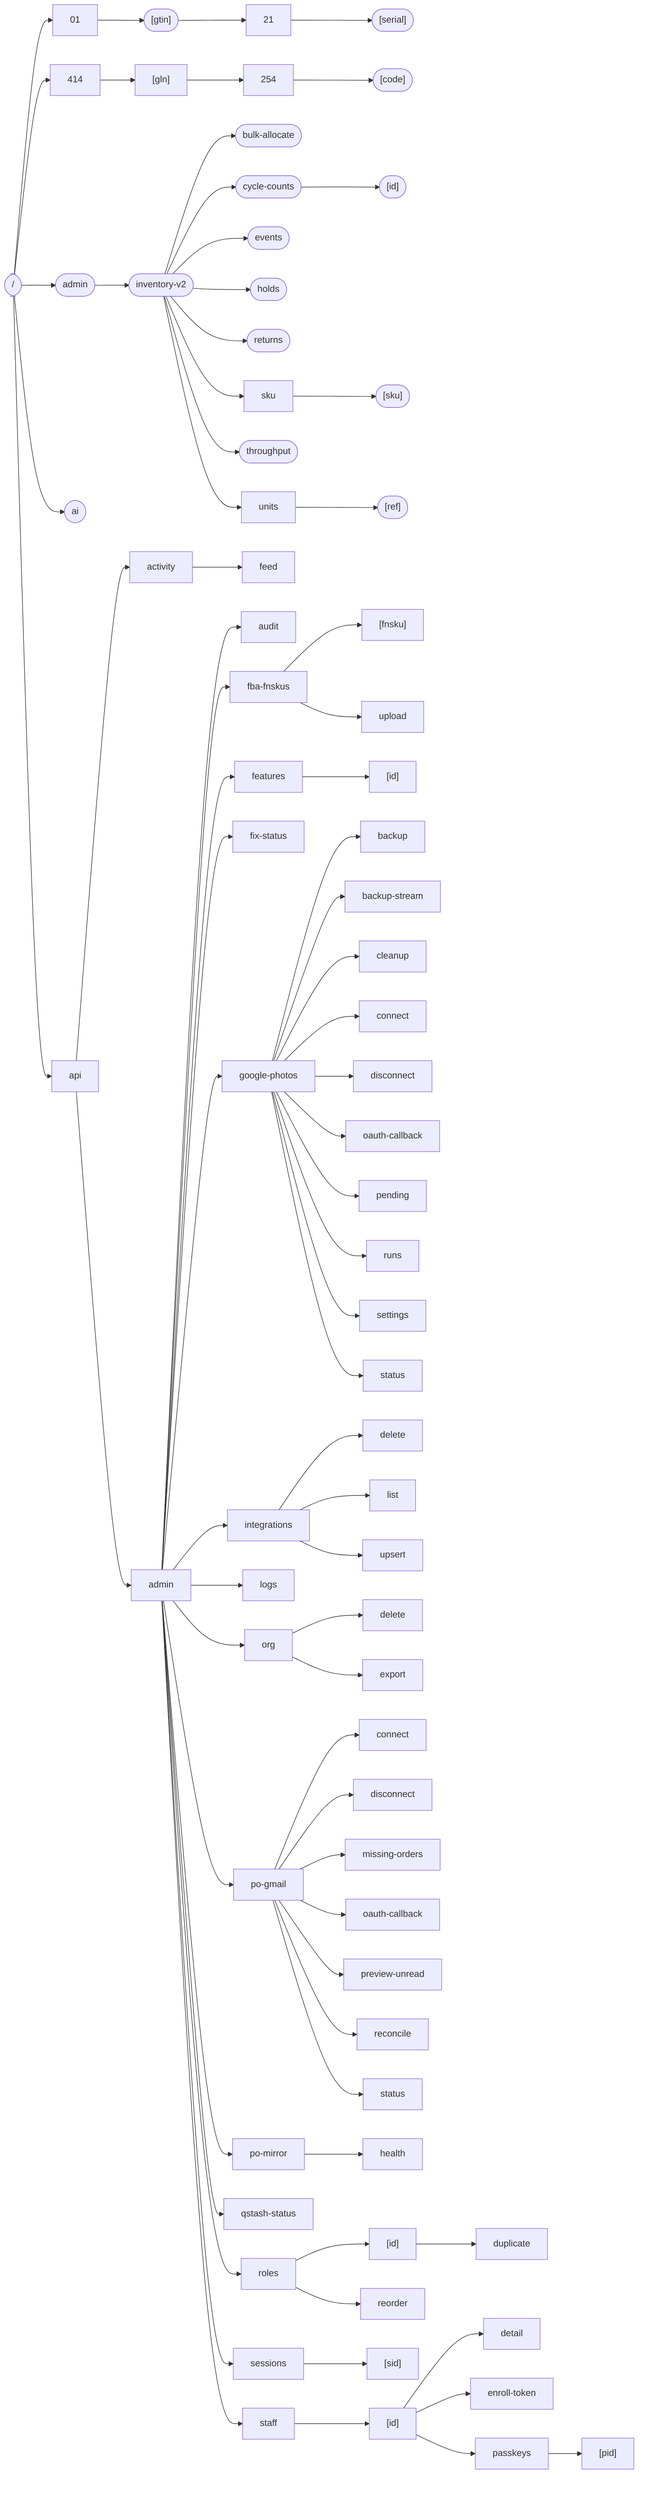
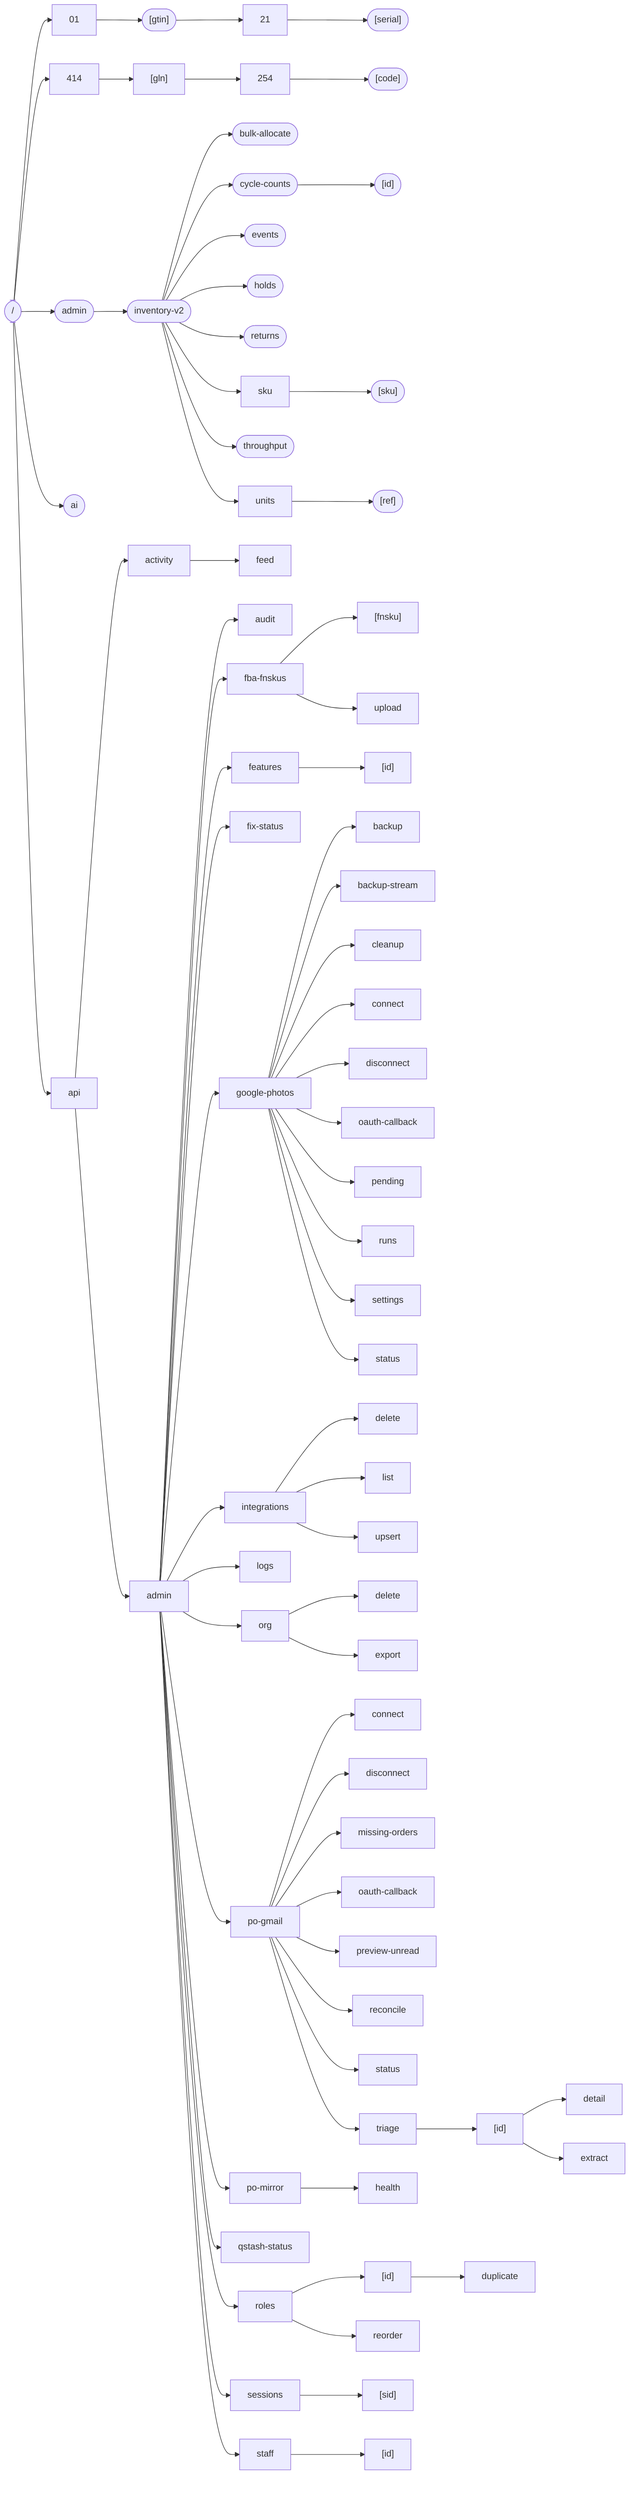
flowchart LR
  root(["/"])
  01["01"]
  root --> 01
  01__gtin(["[gtin]"])
  01 --> 01__gtin
  click 01__gtin "src/app/01/[gtin]/page.tsx" "page: src/app/01/[gtin]/page.tsx"
  01__gtin__21["21"]
  01__gtin --> 01__gtin__21
  01__gtin__21__serial(["[serial]"])
  01__gtin__21 --> 01__gtin__21__serial
  click 01__gtin__21__serial "src/app/01/[gtin]/21/[serial]/page.tsx" "page: src/app/01/[gtin]/21/[serial]/page.tsx"
  414["414"]
  root --> 414
  414__gln["[gln]"]
  414 --> 414__gln
  414__gln__254["254"]
  414__gln --> 414__gln__254
  414__gln__254__code(["[code]"])
  414__gln__254 --> 414__gln__254__code
  click 414__gln__254__code "src/app/414/[gln]/254/[code]/page.tsx" "page: src/app/414/[gln]/254/[code]/page.tsx"
  admin(["admin"])
  root --> admin
  click admin "src/app/admin/page.tsx" "page: src/app/admin/page.tsx"
  admin_inventory_v2(["inventory-v2"])
  admin --> admin_inventory_v2
  click admin_inventory_v2 "src/app/admin/inventory-v2/page.tsx" "page: src/app/admin/inventory-v2/page.tsx"
  admin_inventory_v2_bulk_allocate(["bulk-allocate"])
  admin_inventory_v2 --> admin_inventory_v2_bulk_allocate
  click admin_inventory_v2_bulk_allocate "src/app/admin/inventory-v2/bulk-allocate/page.tsx" "page: src/app/admin/inventory-v2/bulk-allocate/page.tsx"
  admin_inventory_v2_cycle_counts(["cycle-counts"])
  admin_inventory_v2 --> admin_inventory_v2_cycle_counts
  click admin_inventory_v2_cycle_counts "src/app/admin/inventory-v2/cycle-counts/page.tsx" "page: src/app/admin/inventory-v2/cycle-counts/page.tsx"
  admin_inventory_v2_cycle_counts__id(["[id]"])
  admin_inventory_v2_cycle_counts --> admin_inventory_v2_cycle_counts__id
  click admin_inventory_v2_cycle_counts__id "src/app/admin/inventory-v2/cycle-counts/[id]/page.tsx" "page: src/app/admin/inventory-v2/cycle-counts/[id]/page.tsx"
  admin_inventory_v2_events(["events"])
  admin_inventory_v2 --> admin_inventory_v2_events
  click admin_inventory_v2_events "src/app/admin/inventory-v2/events/page.tsx" "page: src/app/admin/inventory-v2/events/page.tsx"
  admin_inventory_v2_holds(["holds"])
  admin_inventory_v2 --> admin_inventory_v2_holds
  click admin_inventory_v2_holds "src/app/admin/inventory-v2/holds/page.tsx" "page: src/app/admin/inventory-v2/holds/page.tsx"
  admin_inventory_v2_returns(["returns"])
  admin_inventory_v2 --> admin_inventory_v2_returns
  click admin_inventory_v2_returns "src/app/admin/inventory-v2/returns/page.tsx" "page: src/app/admin/inventory-v2/returns/page.tsx"
  admin_inventory_v2_sku["sku"]
  admin_inventory_v2 --> admin_inventory_v2_sku
  admin_inventory_v2_sku__sku(["[sku]"])
  admin_inventory_v2_sku --> admin_inventory_v2_sku__sku
  click admin_inventory_v2_sku__sku "src/app/admin/inventory-v2/sku/[sku]/page.tsx" "page: src/app/admin/inventory-v2/sku/[sku]/page.tsx"
  admin_inventory_v2_throughput(["throughput"])
  admin_inventory_v2 --> admin_inventory_v2_throughput
  click admin_inventory_v2_throughput "src/app/admin/inventory-v2/throughput/page.tsx" "page: src/app/admin/inventory-v2/throughput/page.tsx"
  admin_inventory_v2_units["units"]
  admin_inventory_v2 --> admin_inventory_v2_units
  admin_inventory_v2_units__ref(["[ref]"])
  admin_inventory_v2_units --> admin_inventory_v2_units__ref
  click admin_inventory_v2_units__ref "src/app/admin/inventory-v2/units/[ref]/page.tsx" "page: src/app/admin/inventory-v2/units/[ref]/page.tsx"
  ai(["ai"])
  root --> ai
  click ai "src/app/ai/page.tsx" "page: src/app/ai/page.tsx"
  api["api"]
  root --> api
  api_activity["activity"]
  api --> api_activity
  api_activity_feed["feed"]
  api_activity --> api_activity_feed
  click api_activity_feed "src/app/api/activity/feed/route.ts" "route: src/app/api/activity/feed/route.ts"
  api_admin["admin"]
  api --> api_admin
  api_admin_audit["audit"]
  api_admin --> api_admin_audit
  click api_admin_audit "src/app/api/admin/audit/route.ts" "route: src/app/api/admin/audit/route.ts"
  api_admin_fba_fnskus["fba-fnskus"]
  api_admin --> api_admin_fba_fnskus
  click api_admin_fba_fnskus "src/app/api/admin/fba-fnskus/route.ts" "route: src/app/api/admin/fba-fnskus/route.ts"
  api_admin_fba_fnskus__fnsku["[fnsku]"]
  api_admin_fba_fnskus --> api_admin_fba_fnskus__fnsku
  click api_admin_fba_fnskus__fnsku "src/app/api/admin/fba-fnskus/[fnsku]/route.ts" "route: src/app/api/admin/fba-fnskus/[fnsku]/route.ts"
  api_admin_fba_fnskus_upload["upload"]
  api_admin_fba_fnskus --> api_admin_fba_fnskus_upload
  click api_admin_fba_fnskus_upload "src/app/api/admin/fba-fnskus/upload/route.ts" "route: src/app/api/admin/fba-fnskus/upload/route.ts"
  api_admin_features["features"]
  api_admin --> api_admin_features
  click api_admin_features "src/app/api/admin/features/route.ts" "route: src/app/api/admin/features/route.ts"
  api_admin_features__id["[id]"]
  api_admin_features --> api_admin_features__id
  click api_admin_features__id "src/app/api/admin/features/[id]/route.ts" "route: src/app/api/admin/features/[id]/route.ts"
  api_admin_fix_status["fix-status"]
  api_admin --> api_admin_fix_status
  click api_admin_fix_status "src/app/api/admin/fix-status/route.ts" "route: src/app/api/admin/fix-status/route.ts"
  api_admin_google_photos["google-photos"]
  api_admin --> api_admin_google_photos
  api_admin_google_photos_backup["backup"]
  api_admin_google_photos --> api_admin_google_photos_backup
  click api_admin_google_photos_backup "src/app/api/admin/google-photos/backup/route.ts" "route: src/app/api/admin/google-photos/backup/route.ts"
  api_admin_google_photos_backup_stream["backup-stream"]
  api_admin_google_photos --> api_admin_google_photos_backup_stream
  click api_admin_google_photos_backup_stream "src/app/api/admin/google-photos/backup-stream/route.ts" "route: src/app/api/admin/google-photos/backup-stream/route.ts"
  api_admin_google_photos_cleanup["cleanup"]
  api_admin_google_photos --> api_admin_google_photos_cleanup
  click api_admin_google_photos_cleanup "src/app/api/admin/google-photos/cleanup/route.ts" "route: src/app/api/admin/google-photos/cleanup/route.ts"
  api_admin_google_photos_connect["connect"]
  api_admin_google_photos --> api_admin_google_photos_connect
  click api_admin_google_photos_connect "src/app/api/admin/google-photos/connect/route.ts" "route: src/app/api/admin/google-photos/connect/route.ts"
  api_admin_google_photos_disconnect["disconnect"]
  api_admin_google_photos --> api_admin_google_photos_disconnect
  click api_admin_google_photos_disconnect "src/app/api/admin/google-photos/disconnect/route.ts" "route: src/app/api/admin/google-photos/disconnect/route.ts"
  api_admin_google_photos_oauth_callback["oauth-callback"]
  api_admin_google_photos --> api_admin_google_photos_oauth_callback
  click api_admin_google_photos_oauth_callback "src/app/api/admin/google-photos/oauth-callback/route.ts" "route: src/app/api/admin/google-photos/oauth-callback/route.ts"
  api_admin_google_photos_pending["pending"]
  api_admin_google_photos --> api_admin_google_photos_pending
  click api_admin_google_photos_pending "src/app/api/admin/google-photos/pending/route.ts" "route: src/app/api/admin/google-photos/pending/route.ts"
  api_admin_google_photos_runs["runs"]
  api_admin_google_photos --> api_admin_google_photos_runs
  click api_admin_google_photos_runs "src/app/api/admin/google-photos/runs/route.ts" "route: src/app/api/admin/google-photos/runs/route.ts"
  api_admin_google_photos_settings["settings"]
  api_admin_google_photos --> api_admin_google_photos_settings
  click api_admin_google_photos_settings "src/app/api/admin/google-photos/settings/route.ts" "route: src/app/api/admin/google-photos/settings/route.ts"
  api_admin_google_photos_status["status"]
  api_admin_google_photos --> api_admin_google_photos_status
  click api_admin_google_photos_status "src/app/api/admin/google-photos/status/route.ts" "route: src/app/api/admin/google-photos/status/route.ts"
  api_admin_integrations["integrations"]
  api_admin --> api_admin_integrations
  api_admin_integrations_delete["delete"]
  api_admin_integrations --> api_admin_integrations_delete
  click api_admin_integrations_delete "src/app/api/admin/integrations/delete/route.ts" "route: src/app/api/admin/integrations/delete/route.ts"
  api_admin_integrations_list["list"]
  api_admin_integrations --> api_admin_integrations_list
  click api_admin_integrations_list "src/app/api/admin/integrations/list/route.ts" "route: src/app/api/admin/integrations/list/route.ts"
  api_admin_integrations_upsert["upsert"]
  api_admin_integrations --> api_admin_integrations_upsert
  click api_admin_integrations_upsert "src/app/api/admin/integrations/upsert/route.ts" "route: src/app/api/admin/integrations/upsert/route.ts"
  api_admin_logs["logs"]
  api_admin --> api_admin_logs
  click api_admin_logs "src/app/api/admin/logs/route.ts" "route: src/app/api/admin/logs/route.ts"
  api_admin_org["org"]
  api_admin --> api_admin_org
  api_admin_org_delete["delete"]
  api_admin_org --> api_admin_org_delete
  click api_admin_org_delete "src/app/api/admin/org/delete/route.ts" "route: src/app/api/admin/org/delete/route.ts"
  api_admin_org_export["export"]
  api_admin_org --> api_admin_org_export
  click api_admin_org_export "src/app/api/admin/org/export/route.ts" "route: src/app/api/admin/org/export/route.ts"
  api_admin_po_gmail["po-gmail"]
  api_admin --> api_admin_po_gmail
  api_admin_po_gmail_connect["connect"]
  api_admin_po_gmail --> api_admin_po_gmail_connect
  click api_admin_po_gmail_connect "src/app/api/admin/po-gmail/connect/route.ts" "route: src/app/api/admin/po-gmail/connect/route.ts"
  api_admin_po_gmail_disconnect["disconnect"]
  api_admin_po_gmail --> api_admin_po_gmail_disconnect
  click api_admin_po_gmail_disconnect "src/app/api/admin/po-gmail/disconnect/route.ts" "route: src/app/api/admin/po-gmail/disconnect/route.ts"
  api_admin_po_gmail_missing_orders["missing-orders"]
  api_admin_po_gmail --> api_admin_po_gmail_missing_orders
  click api_admin_po_gmail_missing_orders "src/app/api/admin/po-gmail/missing-orders/route.ts" "route: src/app/api/admin/po-gmail/missing-orders/route.ts"
  api_admin_po_gmail_oauth_callback["oauth-callback"]
  api_admin_po_gmail --> api_admin_po_gmail_oauth_callback
  click api_admin_po_gmail_oauth_callback "src/app/api/admin/po-gmail/oauth-callback/route.ts" "route: src/app/api/admin/po-gmail/oauth-callback/route.ts"
  api_admin_po_gmail_preview_unread["preview-unread"]
  api_admin_po_gmail --> api_admin_po_gmail_preview_unread
  click api_admin_po_gmail_preview_unread "src/app/api/admin/po-gmail/preview-unread/route.ts" "route: src/app/api/admin/po-gmail/preview-unread/route.ts"
  api_admin_po_gmail_reconcile["reconcile"]
  api_admin_po_gmail --> api_admin_po_gmail_reconcile
  click api_admin_po_gmail_reconcile "src/app/api/admin/po-gmail/reconcile/route.ts" "route: src/app/api/admin/po-gmail/reconcile/route.ts"
  api_admin_po_gmail_status["status"]
  api_admin_po_gmail --> api_admin_po_gmail_status
  click api_admin_po_gmail_status "src/app/api/admin/po-gmail/status/route.ts" "route: src/app/api/admin/po-gmail/status/route.ts"
+   api_admin_po_gmail_triage["triage"]
+   api_admin_po_gmail --> api_admin_po_gmail_triage
+   click api_admin_po_gmail_triage "src/app/api/admin/po-gmail/triage/route.ts" "route: src/app/api/admin/po-gmail/triage/route.ts"
+   api_admin_po_gmail_triage__id["[id]"]
+   api_admin_po_gmail_triage --> api_admin_po_gmail_triage__id
+   click api_admin_po_gmail_triage__id "src/app/api/admin/po-gmail/triage/[id]/route.ts" "route: src/app/api/admin/po-gmail/triage/[id]/route.ts"
+   api_admin_po_gmail_triage__id__detail["detail"]
+   api_admin_po_gmail_triage__id --> api_admin_po_gmail_triage__id__detail
+   click api_admin_po_gmail_triage__id__detail "src/app/api/admin/po-gmail/triage/[id]/detail/route.ts" "route: src/app/api/admin/po-gmail/triage/[id]/detail/route.ts"
+   api_admin_po_gmail_triage__id__extract["extract"]
+   api_admin_po_gmail_triage__id --> api_admin_po_gmail_triage__id__extract
+   click api_admin_po_gmail_triage__id__extract "src/app/api/admin/po-gmail/triage/[id]/extract/route.ts" "route: src/app/api/admin/po-gmail/triage/[id]/extract/route.ts"
  api_admin_po_mirror["po-mirror"]
  api_admin --> api_admin_po_mirror
  api_admin_po_mirror_health["health"]
  api_admin_po_mirror --> api_admin_po_mirror_health
  click api_admin_po_mirror_health "src/app/api/admin/po-mirror/health/route.ts" "route: src/app/api/admin/po-mirror/health/route.ts"
  api_admin_qstash_status["qstash-status"]
  api_admin --> api_admin_qstash_status
  click api_admin_qstash_status "src/app/api/admin/qstash-status/route.ts" "route: src/app/api/admin/qstash-status/route.ts"
  api_admin_roles["roles"]
  api_admin --> api_admin_roles
  click api_admin_roles "src/app/api/admin/roles/route.ts" "route: src/app/api/admin/roles/route.ts"
  api_admin_roles__id["[id]"]
  api_admin_roles --> api_admin_roles__id
  click api_admin_roles__id "src/app/api/admin/roles/[id]/route.ts" "route: src/app/api/admin/roles/[id]/route.ts"
  api_admin_roles__id__duplicate["duplicate"]
  api_admin_roles__id --> api_admin_roles__id__duplicate
  click api_admin_roles__id__duplicate "src/app/api/admin/roles/[id]/duplicate/route.ts" "route: src/app/api/admin/roles/[id]/duplicate/route.ts"
  api_admin_roles_reorder["reorder"]
  api_admin_roles --> api_admin_roles_reorder
  click api_admin_roles_reorder "src/app/api/admin/roles/reorder/route.ts" "route: src/app/api/admin/roles/reorder/route.ts"
  api_admin_sessions["sessions"]
  api_admin --> api_admin_sessions
  click api_admin_sessions "src/app/api/admin/sessions/route.ts" "route: src/app/api/admin/sessions/route.ts"
  api_admin_sessions__sid["[sid]"]
  api_admin_sessions --> api_admin_sessions__sid
  click api_admin_sessions__sid "src/app/api/admin/sessions/[sid]/route.ts" "route: src/app/api/admin/sessions/[sid]/route.ts"
  api_admin_staff["staff"]
  api_admin --> api_admin_staff
  click api_admin_staff "src/app/api/admin/staff/route.ts" "route: src/app/api/admin/staff/route.ts"
  api_admin_staff__id["[id]"]
  api_admin_staff --> api_admin_staff__id
-   click api_admin_staff__id "src/app/api/admin/staff/[id]/route.ts" "route: src/app/api/admin/staff/[id]/route.ts"
-   api_admin_staff__id__detail["detail"]
-   api_admin_staff__id --> api_admin_staff__id__detail
-   click api_admin_staff__id__detail "src/app/api/admin/staff/[id]/detail/route.ts" "route: src/app/api/admin/staff/[id]/detail/route.ts"
-   api_admin_staff__id__enroll_token["enroll-token"]
-   api_admin_staff__id --> api_admin_staff__id__enroll_token
-   click api_admin_staff__id__enroll_token "src/app/api/admin/staff/[id]/enroll-token/route.ts" "route: src/app/api/admin/staff/[id]/enroll-token/route.ts"
-   api_admin_staff__id__passkeys["passkeys"]
-   api_admin_staff__id --> api_admin_staff__id__passkeys
-   click api_admin_staff__id__passkeys "src/app/api/admin/staff/[id]/passkeys/route.ts" "route: src/app/api/admin/staff/[id]/passkeys/route.ts"
-   api_admin_staff__id__passkeys__pid["[pid]"]
-   api_admin_staff__id__passkeys --> api_admin_staff__id__passkeys__pid
-   click api_admin_staff__id__passkeys__pid "src/app/api/admin/staff/[id]/passkeys/[pid]/route.ts" "route: src/app/api/admin/staff/[id]/passkeys/[pid]/route.ts"+   click api_admin_staff__id "src/app/api/admin/staff/[id]/route.ts" "route: src/app/api/admin/staff/[id]/route.ts"